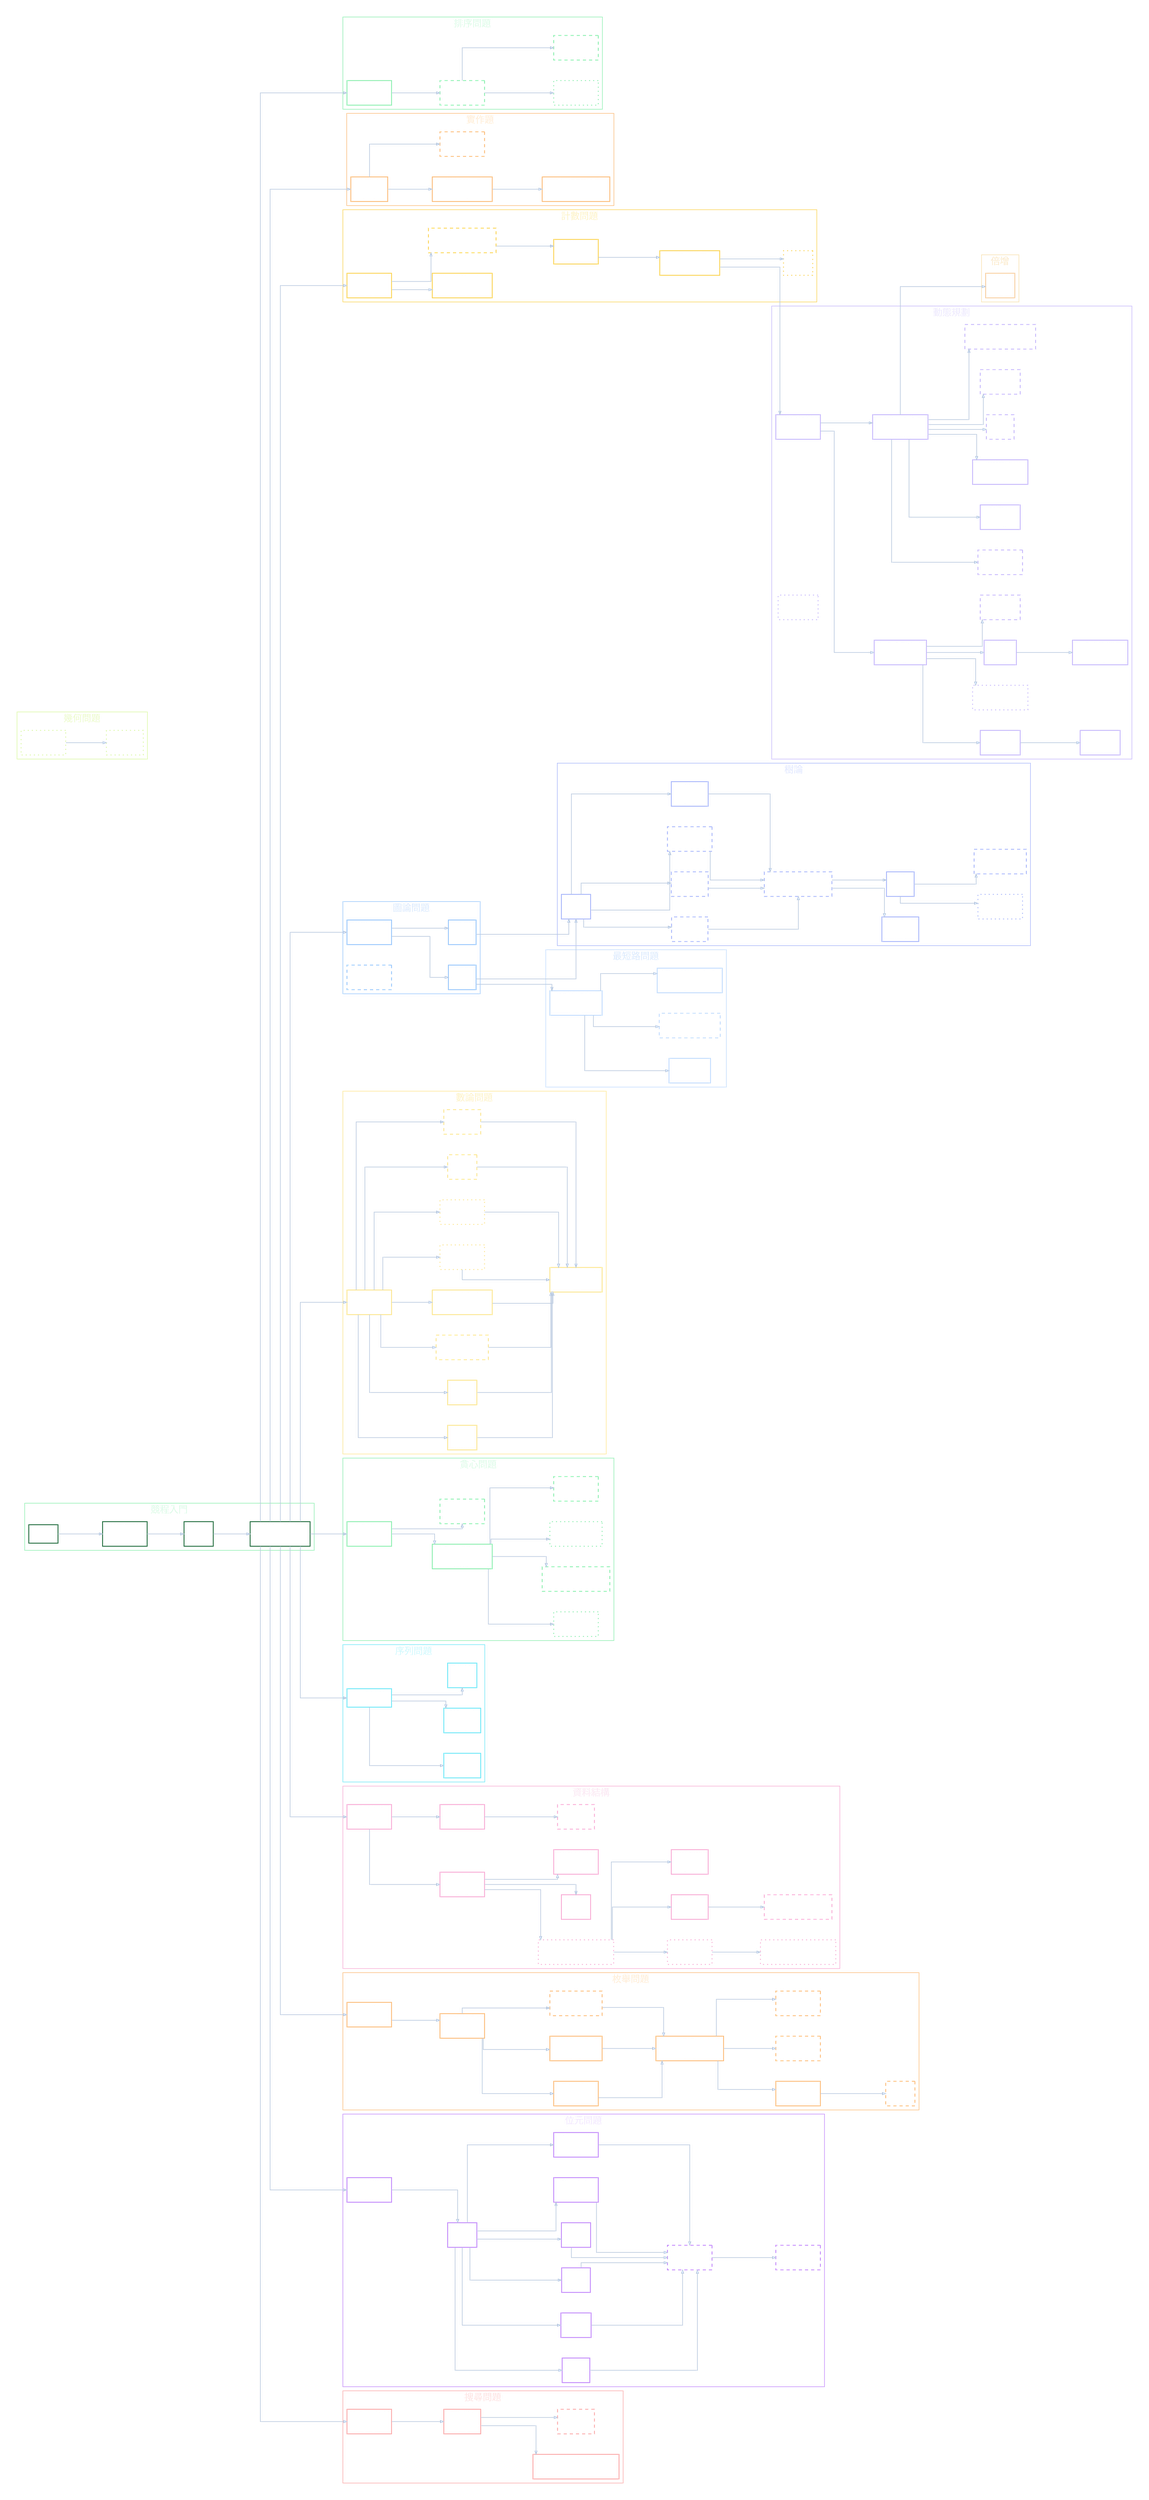
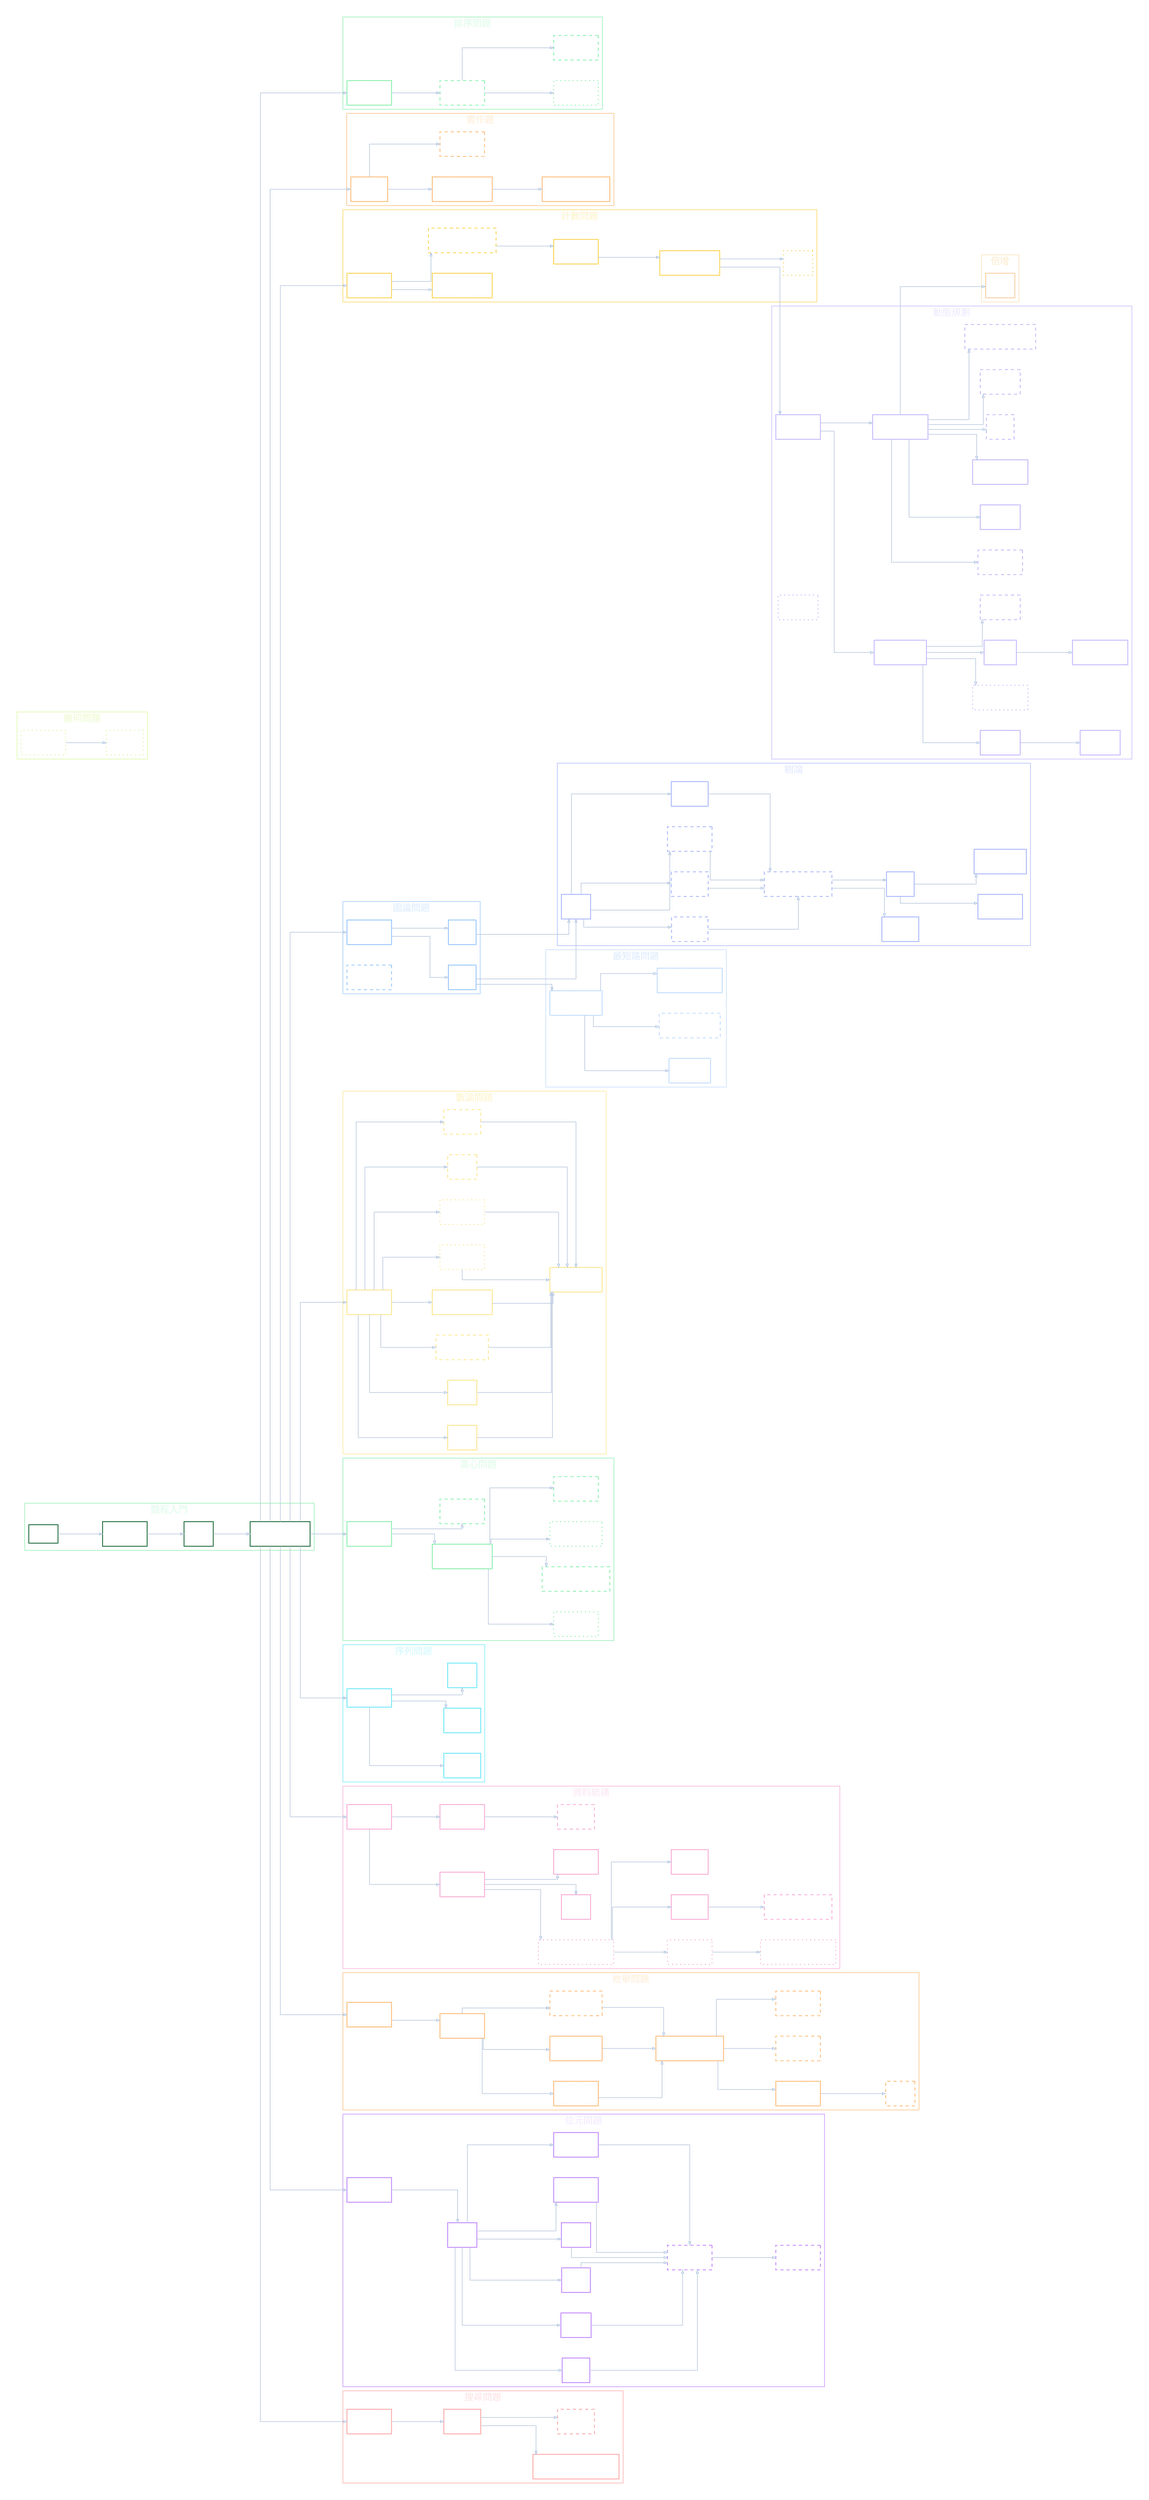
digraph CompetitiveProgrammingSkillTree {
  graph [
    rankdir=LR,
    bgcolor="transparent",
    splines=ortho,
    nodesep=0.55,
    ranksep=1.0,
    pad=0.35,
    compound=true
  ];

  node [
    shape=rect,
    style=filled,
    fontname="Microsoft JhengHei",
    fontsize=15,
    margin="0.18,0.10",
    penwidth=1.6,
    color="#7A8A99",
    fontcolor="#ffffff"
  ];

  edge [
    color="#bacae0",
    arrowsize=0.65,
    penwidth=1.2
  ];

  subgraph cluster_cp_entry {
    label="競程入門";
    color="#86efac";
    fillcolor="#052e16";
    fontname="Microsoft JhengHei";
    fontcolor="#dcfce7";
    fontsize=18;

    node [fillcolor="transparent", color="#166534"]
    root1 [label="競程"];
    core1 [label="基礎語法\n[✪]"];
    core2 [label="陣列\n[✪]"];
    core3 [label="基礎 STL 工具\n[✪]"];
  }

  subgraph cluster_sort {
    label="排序問題";
    color="#86efac";
    fillcolor="#052e16";
    fontname="Microsoft JhengHei";
    fontcolor="#dcfce7";
    fontsize=18;

    node [fillcolor="transparent", color="#86efac"];
    sort1 [label="排序問題\n[✔]"];
    sort2 [label="交換問題\n[!?]", style="dashed"];
    sort3 [label="拓撲排序\n[?]", style="dotted"];
    sort4 [label="單調隊列\n[!?]", style="dashed"];
  }

  subgraph cluster_impl {
    label="實作題";
    color="#fdba74";
    fillcolor="#431407";
    fontname="Microsoft JhengHei";
    fontcolor="#ffedd5";
    fontsize=18;

    node [fillcolor="transparent", color="#fdba74"];
    impl1 [label="實作題\n[✔]"];
    impl2 [label="二維地圖實作\n[✔]"];
    impl3 [label="字串問題\n[!?]", style="dashed"];
    impl4 [label="六邊形地圖實作\n[✔]"]
  }

  impl2 -> impl4;

  subgraph cluster_count {
    label="計數問題";
    color="#fcd34d";
    fillcolor="#422006";
    fontname="Microsoft JhengHei";
    fontcolor="#fef3c7";
    fontsize=18;

    node [fillcolor="transparent", color="#fcd34d"];
    count1 [label="計數問題\n[✔]"];
    count4 [label="微掃描線問題\n[✔]"];
    count2 [label="等價類計數問題\n[!?]", style="dashed"];
    count3 [label="排容原理\n[✔]"];
    count5 [label="拆分子問題法\n[✔]"];
    div1 [label="分治\n[?]", style="dotted"];
  }

  count1 -> count4;

  subgraph cluster_dp {
    label="動態規劃";
    color="#c4b5fd";
    fillcolor="#2e1065";
    fontname="Microsoft JhengHei";
    fontcolor="#ede9fe";
    fontsize=18;

    node [fillcolor="transparent", color="#c4b5fd"];
    dp1 [label="動態規劃\n[✔]"];
    dp2 [label="背包問題\n[!?]", style="dashed"];
    dp3 [label="分段 dp\n[✔]"];
    dp4 [label="二維地圖 dp\n[✔]"];
    dp5 [label="區間 dp\n[✔]"];
    dp6 [label="賽局 dp\n[✔]"];
    dp7 [label="狀態壓縮 dp\n[?]", style="dotted"];
    dp8 [label="記憶化搜索\n[✔]"];
    dp9 [label="LCS\n[!?]", style="dashed"];
    dp10 [label="環狀 dp\n[!?]", style="dashed"];
    dp11 [label="樹 dp\n[✔]"];
    dp12 [label="子樹合併 dp\n[✔]"];
    dp13 [label="有權區間排程 dp\n[!?]", style="dashed"];
    dp14 [label="數位 dp\n[!?]", style="dashed"];
    dp15 [label="dp 狀態設計\n[✔]"];
    dp16 [label="dp 優化\n[?]", style="dotted"];
  }

  dp1 -> dp8;
  dp1 -> dp15;
  dp8 -> dp11;
  dp8 -> dp14;
  dp8 -> dp5;
  dp8 -> dp7;
  dp15 -> dp2;
  dp15 -> dp3;
  dp15 -> dp4;
  dp15 -> dp9;
  dp15 -> dp10;
  dp15 -> dp13;
  dp5 -> dp6;
  dp11 -> dp12;

  subgraph cluster_graph {
    label="圖論問題";
    color="#93c5fd";
    fillcolor="#172554";
    fontname="Microsoft JhengHei";
    fontcolor="#dbeafe";
    fontsize=18;

    node [fillcolor="transparent", color="#93c5fd"];
    g1 [label="圖論問題\n[✔]"];
    g2 [label="BFS\n[✔]"];
    g3 [label="DFS\n[✔]"];
    g4 [label="圖論建模\n[!?]", style="dashed"];
  }

  subgraph cluster_shortest_path {
    label="最短路問題";
    color="#bfdbfe";
    fillcolor="#1e3a8a";
    fontname="Microsoft JhengHei";
    fontcolor="#dbeafe";
    fontsize=18;

    node [fillcolor="transparent", color="#bfdbfe"];
    sp1 [label="最短路問題\n[✔]"];
    sp2 [label="Dijkstra\n[✔]"];
    sp3 [label="Bellman Ford\n[!?]", style="dashed"];
    sp4 [label="Floyd Warshall\n[✔]"];
  }

  subgraph cluster_tree {
    label="樹論";
    color="#a5b4fc";
    fillcolor="#312e81";
    fontname="Microsoft JhengHei";
    fontcolor="#e0e7ff";
    fontsize=18;

    node [fillcolor="transparent", color="#a5b4fc"];
    tree1 [label="樹論\n[✔]"];
    tree2 [label="BFS 樹\n[!?]", style="dashed"];
    tree3 [label="DFS 樹\n[!?]", style="dashed"];
    tree4 [label="前中後序\n[!?]", style="dashed"];
    tree5 [label="二分樹\n[✔]"];
    tree6 [label="更難的樹論問題\n[!?]", style="dashed"];
    tree7 [label="樹壓平\n[✔]"];
-     tree8 [label="樹上差分\n[?]", style="dotted"];
+     tree8 [label="樹上差分\n[✔]"];
    tree9 [label="LCA\n[✔]"];
-     tree10 [label="樹上前綴和\n[!?]", style="dashed"]
+     tree10 [label="樹上前綴和\n[✔]"]
  }

  tree9 -> tree8;
  tree9 -> tree10;

  subgraph cluster_number {
    label="數論問題";
    color="#fde68a";
    fillcolor="#451a03";
    fontname="Microsoft JhengHei";
    fontcolor="#fef3c7";
    fontsize=18;

    node [fillcolor="transparent", color="#fde68a"];
    num1 [label="數論問題\n[✔]"];
    num2 [label="取餘\n[✔]"];
    num3 [label="篩法\n[✔]"];
    num4 [label="質因數分解\n[!?]", style="dashed"];
    num5 [label="因數倍數問題\n[✔]"];
    num6 [label="進制系統\n[?]", style="dotted"];
    num7 [label="大數運算\n[?]", style="dotted"];
    num8 [label="機率\n[!?]", style="dashed"];
    num9 [label="期望值\n[!?]", style="dashed"];
    math1 [label="數學式化簡\n[✔]"];
  }

  num1 -> num8;
  num1 -> num9;
  num8 -> math1;
  num9 -> math1;

  subgraph cluster_greedy {
    label="貪心問題";
    color="#86efac";
    fillcolor="#052e16";
    fontname="Microsoft JhengHei";
    fontcolor="#dcfce7";
    fontsize=18;

    node [fillcolor="transparent", color="#86efac"];
    gr1 [label="貪心問題\n[✔]"];
    gr2 [label="貪心基本思維\n[✔]"];
    gr3 [label="貪心證明\n[!?]", style="dashed"];
    gr4 [label="區間貪心\n[?]", style="dotted"];
    gr5 [label="構造上下界問題\n[!?]", style="dashed"];
    gr6 [label="子序列貪心\n[?]", style="dotted"];
    gr7 [label="配對問題\n[!?]", style="dashed"];
  }

  subgraph cluster_sequence {
    label="序列問題";
    color="#67e8f9";
    fillcolor="#164e63";
    fontname="Microsoft JhengHei";
    fontcolor="#cffafe";
    fontsize=18;

    node [fillcolor="transparent", color="#67e8f9"];
    seq1 [label="序列問題"];
    seq2 [label="雙指標\n[✔]"];
    seq3 [label="前綴和\n[✔]"];
    seq4 [label="差分\n[✔]"];
  }

  subgraph cluster_ds {
    label="資料結構";
    color="#f9a8d4";
    fillcolor="#500724";
    fontname="Microsoft JhengHei";
    fontcolor="#fce7f3";
    fontsize=18;

    node [fillcolor="transparent", color="#f9a8d4"];
    ds1 [label="資料結構\n[✔]"];
    ds2 [label="序列容器\n[✔]"];
    ds3 [label="關聯容器\n[✔]"];
    ds4 [label="哈希表\n[!?]", style="dashed"];
    ds5 [label="更複雜的資料結構\n[?]", style="dotted"];
    ds6 [label="樹狀陣列\n[?]", style="dotted"];
    ds7 [label="稀疏表\n[✔]"];
    ds8 [label="線段樹\n[✔]"];
    ds9 [label="樹狀陣列上二分搜\n[?]", style="dotted"];
    ds10 [label="稀疏表上二分搜\n[!?]", style="dashed"];
    ds11 [label="堆疊\n[✔]"];
    ds12 [label="優先序列\n[✔]"];
  }

  ds2 -> ds11;
  ds2 -> ds12;

  subgraph cluster_enum {
    label="枚舉問題";
    color="#fdba74";
    fillcolor="#431407";
    fontname="Microsoft JhengHei";
    fontcolor="#ffedd5";
    fontsize=18;

    node [fillcolor="transparent", color="#fdba74"];
    enum1 [label="枚舉問題\n[✔]"];
    enum2 [label="暴力枚舉\n[✔]"];
    enum3 [label="二元枚舉\n[✔]"];
    enum4 [label="全排列枚舉\n[✔]"];
    enum5 [label="聰明的枚舉\n[!?]", style="dashed"];
    enum6 [label="更難的枚舉問題\n[✔]"];
    enum7 [label="遞迴枚舉\n[✔]"];
    enum8 [label="折半枚舉\n[!?]", style="dashed"];
    enum9 [label="剪枝\n[!?]", style="dashed"];
    enum10 [label="枚舉倍數\n[!?]", style="dashed"];
  }

  subgraph cluster_bit {
    label="位元問題";
    color="#c084fc";
    fillcolor="#3b0764";
    fontname="Microsoft JhengHei";
    fontcolor="#f3e8ff";
    fontsize=18;

    node [fillcolor="transparent", color="#c084fc"];
    bit1 [label="位元問題\n[✔]"];
    bit2 [label="位元\n[✔]"];
    bit3 [label="OR\n[✔]"];
    bit4 [label="AND\n[✔]"];
    bit5 [label="XOR\n[✔]"];
    bit6 [label="NOT\n[✔]"];
    bit7 [label="位元左移\n[✔]"];
    bit8 [label="位元右移\n[✔]"];
    bit9 [label="位元函式\n[!?]", style="dashed"];
    bit10 [label="狀態壓縮\n[!?]", style="dashed"];
  }

  subgraph cluster_search {
    label="搜尋問題";
    color="#fca5a5";
    fillcolor="#450a0a";
    fontname="Microsoft JhengHei";
    fontcolor="#fee2e2";
    fontsize=18;

    node [fillcolor="transparent", color="#fca5a5"];
    search1 [label="搜尋問題\n[✔]"];
    search2 [label="二分搜\n[✔]"];
    search3 [label="lower / upper bound\n[✔]"];
    search4 [label="三分搜\n[!?]", style="dashed"];
  }

  subgraph cluster_geometry {
    label="幾何問題";
    color="#d9f99d";
    fillcolor="#1a2e05";
    fontname="Microsoft JhengHei";
    fontcolor="#ecfccb";
    fontsize=18;

    node [fillcolor="transparent", color="#d9f99d"];
    geo1 [label="幾何問題\n[?]", style="dotted"];
    geo2 [label="掃描線\n[?]", style="dotted"];
  }

  geo1 -> geo2;

  subgraph cluster_binary_lifting {
    label="倍增";
    color="#f9dc9ddc";
    fontname="Microsoft JhengHei";
    fontsize=18;
    fontcolor="#fceacb";

    node [fillcolor="transparent", color="#f9ce9d"];
    bl1 [label="倍增\n[✔]"];
  }

  dp15 -> bl1;

  root1 -> core1;
  core1 -> core2;
  core2 -> core3;

  core3 -> sort1;
  core3 -> impl1;
  core3 -> count1;
  core3 -> g1;
  core3 -> num1;
  core3 -> gr1;
  core3 -> seq1;
  core3 -> ds1;
  core3 -> enum1;
  core3 -> bit1;
  core3 -> search1;

  sort1 -> sort2;
  sort2 -> sort3;
  sort2 -> sort4;

  impl1 -> impl2;
  impl1 -> impl3;

  count1 -> count2;
  count2 -> count3;
  count3 -> count5;
  count5 -> dp1;
  count5 -> div1;

  g1 -> g2;
  g1 -> g3;
  g2 -> sp1;
  g2 -> tree1;
  g3 -> tree1;

  sp1 -> sp2;
  sp1 -> sp3;
  sp1 -> sp4;

  tree1 -> tree2;
  tree1 -> tree3;
  tree1 -> tree4;
  tree1 -> tree5;
  tree2 -> tree6;
  tree3 -> tree6;
  tree4 -> tree6;
  tree5 -> tree6;
  tree6 -> tree7;
  tree6 -> tree9;

  num1 -> num2;
  num1 -> num3;
  num1 -> num4;
  num1 -> num5;
  num1 -> num6;
  num1 -> num7;
  num2 -> math1;
  num3 -> math1;
  num4 -> math1;
  num5 -> math1;
  num6 -> math1;
  num7 -> math1;

  gr1 -> gr2;
  gr1 -> gr3;
  gr2 -> gr4;
  gr2 -> gr5;
  gr2 -> gr6;
  gr2 -> gr7;

  seq1 -> seq2;
  seq1 -> seq3;
  seq1 -> seq4;

  ds1 -> ds2;
  ds1 -> ds3;
  ds2 -> ds5;
  ds3 -> ds4;
  ds5 -> ds6;
  ds5 -> ds7;
  ds5 -> ds8;
  ds6 -> ds9;
  ds7 -> ds10;

  enum1 -> enum2;
  enum2 -> enum3;
  enum2 -> enum4;
  enum2 -> enum5;
  enum3 -> enum6;
  enum4 -> enum6;
  enum5 -> enum6;
  enum6 -> enum7;
  enum6 -> enum8;
  enum6 -> enum10;
  enum7 -> enum9;

  bit1 -> bit2;
  bit2 -> bit3;
  bit2 -> bit4;
  bit2 -> bit5;
  bit2 -> bit6;
  bit2 -> bit7;
  bit2 -> bit8;
  bit3 -> bit9;
  bit4 -> bit9;
  bit5 -> bit9;
  bit6 -> bit9;
  bit7 -> bit9;
  bit8 -> bit9;
  bit9 -> bit10;

  search1 -> search2;
  search2 -> search3;
  search2 -> search4;
}
